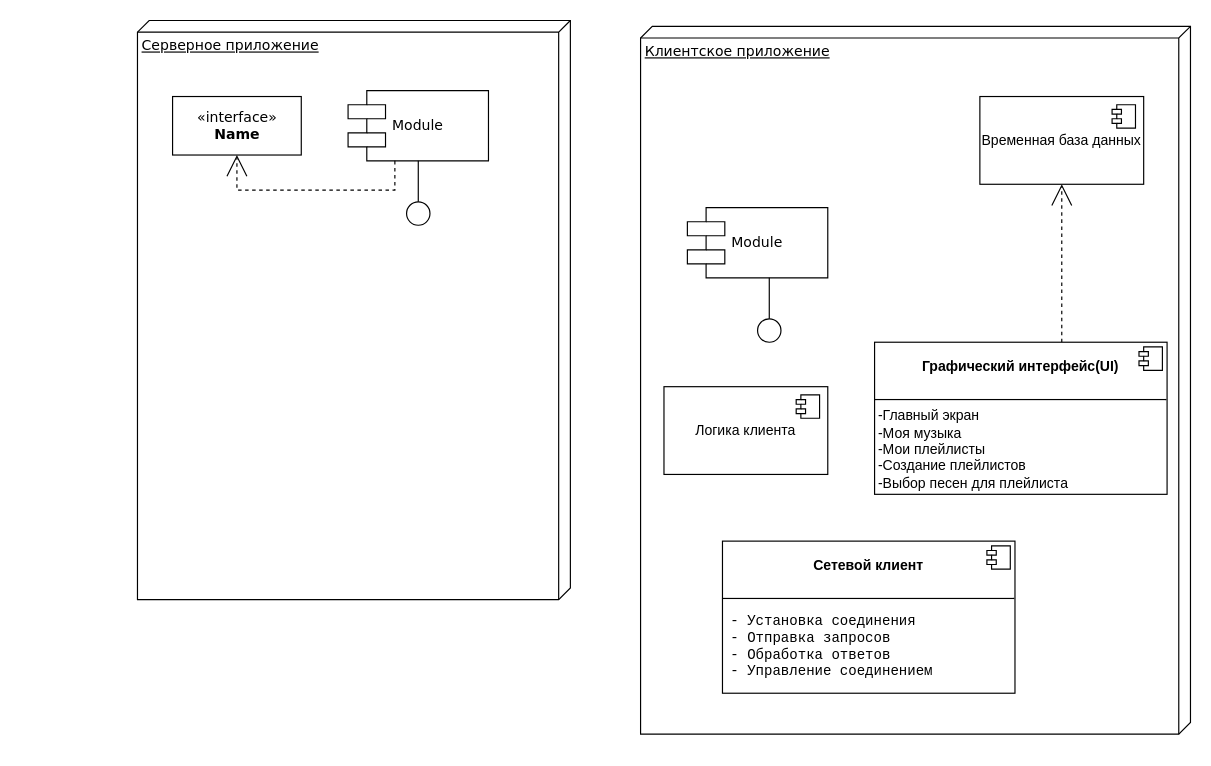
The draw.io diagram vk_project/диаграмма компонентов.drawio in ViktorM98/vk_project, before the edit. Source tidied: cells renumbered, new cells numbered last; positions are measured from the earlier drawing's top-left corner, leaving out a move shared by most shapes. Both pictures are drawn from the tidied source at 117%, with x=0, y=0 at pixel (137, 20).
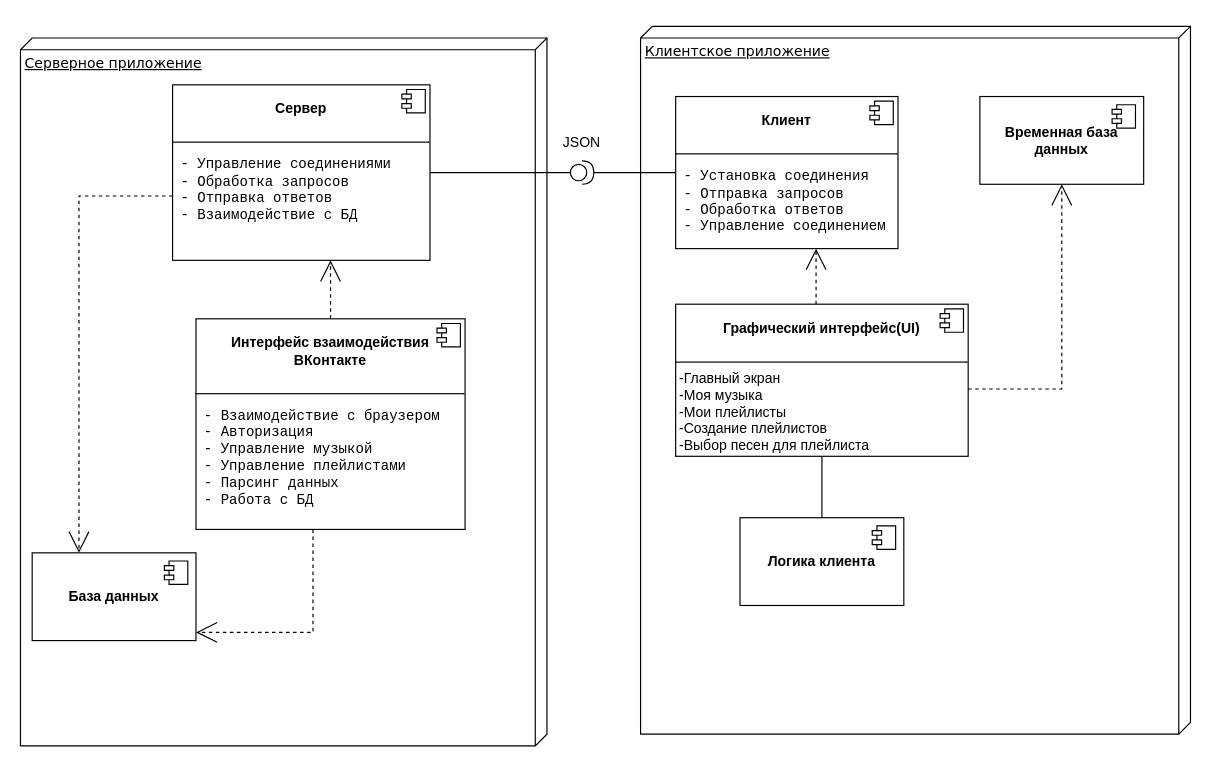
The same page after the edit.

Change to the diagram source:
```diff
@@
     <mxCell id="2" value="Серверное приложение" style="verticalAlign=top;align=left;spacingTop=8;spacingLeft=2;spacingRight=12;shape=cube;size=10;direction=south;fontStyle=4;html=1;rounded=0;shadow=0;comic=0;labelBackgroundColor=none;strokeWidth=1;fontFamily=Verdana;fontSize=12;" parent="1" vertex="1">
-      <mxGeometry width="370" height="495" as="geometry" />
+      <mxGeometry x="-100" y="15" width="450" height="605" as="geometry" />
     </mxCell>
@@
-    <mxCell id="4" value="&amp;laquo;interface&amp;raquo;&lt;br&gt;&lt;b&gt;Name&lt;/b&gt;" style="html=1;rounded=0;shadow=0;comic=0;labelBackgroundColor=none;strokeWidth=1;fontFamily=Verdana;fontSize=12;align=center;" parent="1" vertex="1">
-      <mxGeometry x="30" y="65" width="110" height="50" as="geometry" />
-    </mxCell>
-    <mxCell id="5" value="Module" style="shape=component;align=left;spacingLeft=36;rounded=0;shadow=0;comic=0;labelBackgroundColor=none;strokeWidth=1;fontFamily=Verdana;fontSize=12;html=1;" parent="1" vertex="1">
-      <mxGeometry x="180" y="60" width="120" height="60" as="geometry" />
-    </mxCell>
-    <mxCell id="6" style="ellipse;whiteSpace=wrap;html=1;rounded=0;shadow=0;comic=0;labelBackgroundColor=none;strokeWidth=1;fontFamily=Verdana;fontSize=12;align=center;" parent="1" vertex="1">
-      <mxGeometry x="230" y="155" width="20" height="20" as="geometry" />
-    </mxCell>
-    <mxCell id="7" value="Module" style="shape=component;align=left;spacingLeft=36;rounded=0;shadow=0;comic=0;labelBackgroundColor=none;strokeWidth=1;fontFamily=Verdana;fontSize=12;html=1;" parent="1" vertex="1">
-      <mxGeometry x="470" y="160" width="120" height="60" as="geometry" />
-    </mxCell>
-    <mxCell id="8" style="ellipse;whiteSpace=wrap;html=1;rounded=0;shadow=0;comic=0;labelBackgroundColor=none;strokeWidth=1;fontFamily=Verdana;fontSize=12;align=center;" parent="1" vertex="1">
-      <mxGeometry x="530" y="255" width="20" height="20" as="geometry" />
-    </mxCell>
-    <mxCell id="9" style="edgeStyle=elbowEdgeStyle;rounded=0;html=1;labelBackgroundColor=none;startArrow=none;startFill=0;startSize=8;endArrow=none;endFill=0;endSize=16;fontFamily=Verdana;fontSize=12;" parent="1" edge="1" source="8" target="7">
-      <mxGeometry relative="1" as="geometry" />
-    </mxCell>
-    <mxCell id="10" style="edgeStyle=elbowEdgeStyle;rounded=0;html=1;labelBackgroundColor=none;startArrow=none;startFill=0;startSize=8;endArrow=none;endFill=0;endSize=16;fontFamily=Verdana;fontSize=12;" parent="1" edge="1" source="6" target="5">
-      <mxGeometry relative="1" as="geometry" />
-    </mxCell>
-    <mxCell id="11" style="edgeStyle=orthogonalEdgeStyle;rounded=0;html=1;labelBackgroundColor=none;startArrow=none;startFill=0;startSize=8;endArrow=open;endFill=0;endSize=16;fontFamily=Verdana;fontSize=12;dashed=1;" parent="1" edge="1" source="5" target="4">
-      <mxGeometry relative="1" as="geometry">
-        <Array as="points">
-          <mxPoint x="220" y="145" />
-          <mxPoint x="85" y="145" />
-        </Array>
-      </mxGeometry>
-    </mxCell>
     <mxCell id="12" style="edgeStyle=orthogonalEdgeStyle;rounded=0;html=1;dashed=1;labelBackgroundColor=none;startArrow=none;startFill=0;startSize=8;endArrow=open;endFill=0;endSize=16;fontFamily=Verdana;fontSize=12;" parent="1" edge="1" source="15" target="13">
       <mxGeometry relative="1" as="geometry">
         <Array as="points">
-          <mxPoint x="790" y="245" />
-          <mxPoint x="790" y="245" />
+          <mxPoint x="790" y="315" />
         </Array>
       </mxGeometry>
     </mxCell>
-    <mxCell id="13" value="Временная база данных" style="html=1;whiteSpace=wrap;" parent="1" vertex="1">
+    <mxCell id="13" value="&lt;b&gt;Временная база данных&lt;/b&gt;" style="html=1;whiteSpace=wrap;" parent="1" vertex="1">
       <mxGeometry x="720" y="65" width="140" height="75" as="geometry" />
     </mxCell>
@@
     <mxCell id="15" value="&lt;div align=&quot;center&quot;&gt;&lt;b&gt;&lt;br&gt;&lt;/b&gt;&lt;/div&gt;&lt;div align=&quot;center&quot;&gt;&lt;b&gt;Графический интерфейс(UI)&lt;/b&gt;&lt;/div&gt;&lt;div align=&quot;center&quot;&gt;&lt;br&gt;&lt;/div&gt;&lt;p style=&quot;margin:0px;margin-top:6px;text-align:center;&quot;&gt;&lt;/p&gt;&lt;hr size=&quot;1&quot; style=&quot;border-style:solid;&quot;&gt;&lt;div&gt;&amp;nbsp;-Главный экран&lt;br&gt;&amp;nbsp;-Моя музыка&lt;br&gt;&amp;nbsp;-Мои плейлисты&lt;br&gt;&amp;nbsp;-Создание плейлистов&lt;br&gt;&amp;nbsp;-Выбор песен для плейлиста&lt;/div&gt;&lt;div&gt;&lt;br&gt;&lt;/div&gt;" style="align=left;overflow=fill;html=1;whiteSpace=wrap;" parent="1" vertex="1">
-      <mxGeometry x="630" y="275" width="250" height="130" as="geometry" />
+      <mxGeometry x="460" y="242.5" width="250" height="130" as="geometry" />
     </mxCell>
@@
-    <mxCell id="17" value="&lt;div align=&quot;center&quot;&gt;&lt;b&gt;&lt;br&gt;&lt;/b&gt;&lt;/div&gt;&lt;div align=&quot;center&quot;&gt;&lt;b&gt;Сетевой клиент&lt;/b&gt;&lt;/div&gt;&lt;div align=&quot;center&quot;&gt;&lt;br&gt;&lt;/div&gt;&lt;p style=&quot;margin:0px;margin-top:6px;text-align:center;&quot;&gt;&lt;/p&gt;&lt;hr size=&quot;1&quot; style=&quot;border-style:solid;&quot;&gt;&lt;pre&gt; - Установка соединения&lt;br/&gt; - Отправка запросов    &lt;br/&gt; - Обработка ответов   &lt;br/&gt; - Управление соединением&lt;/pre&gt;&lt;div&gt;&lt;br&gt;&lt;/div&gt;" style="align=left;overflow=fill;html=1;whiteSpace=wrap;" parent="1" vertex="1">
-      <mxGeometry x="500" y="445" width="250" height="130" as="geometry" />
+    <mxCell id="17" value="&lt;div align=&quot;center&quot;&gt;&lt;b&gt;&lt;br&gt;&lt;/b&gt;&lt;/div&gt;&lt;div align=&quot;center&quot;&gt;&lt;b&gt;Клиент&lt;/b&gt;&lt;/div&gt;&lt;div align=&quot;center&quot;&gt;&lt;br&gt;&lt;/div&gt;&lt;p style=&quot;margin:0px;margin-top:6px;text-align:center;&quot;&gt;&lt;/p&gt;&lt;hr size=&quot;1&quot; style=&quot;border-style:solid;&quot;&gt;&lt;pre&gt; - Установка соединения&lt;br&gt; - Отправка запросов    &lt;br&gt; - Обработка ответов   &lt;br&gt; - Управление соединением&lt;/pre&gt;&lt;div&gt;&lt;br&gt;&lt;/div&gt;" style="align=left;overflow=fill;html=1;whiteSpace=wrap;" parent="1" vertex="1">
+      <mxGeometry x="460" y="65" width="190" height="130" as="geometry" />
     </mxCell>
@@
-    <mxCell id="19" value="Логика клиента" style="html=1;whiteSpace=wrap;" parent="1" vertex="1">
-      <mxGeometry x="450" y="313" width="140" height="75" as="geometry" />
+    <mxCell id="19" value="&lt;b&gt;Логика клиента&lt;/b&gt;" style="html=1;whiteSpace=wrap;" parent="1" vertex="1">
+      <mxGeometry x="515" y="425" width="140" height="75" as="geometry" />
     </mxCell>
@@
+    <mxCell id="21" value="&lt;div align=&quot;center&quot;&gt;&lt;b&gt;&lt;br&gt;&lt;/b&gt;&lt;/div&gt;&lt;div align=&quot;center&quot;&gt;&lt;b&gt;Сервер&lt;/b&gt;&lt;/div&gt;&lt;div align=&quot;center&quot;&gt;&lt;br&gt;&lt;/div&gt;&lt;p style=&quot;margin:0px;margin-top:6px;text-align:center;&quot;&gt;&lt;/p&gt;&lt;hr size=&quot;1&quot; style=&quot;border-style:solid;&quot;&gt;&lt;pre&gt; - Управление соединениями&lt;br&gt; - Обработка запросов&lt;br&gt; - Отправка ответов&lt;br&gt; - Взаимодействие с БД  &lt;br&gt;&lt;br&gt;&lt;/pre&gt;&lt;div&gt;&lt;br&gt;&lt;/div&gt;" style="align=left;overflow=fill;html=1;whiteSpace=wrap;" parent="1" vertex="1">
+      <mxGeometry x="30" y="55" width="220" height="150" as="geometry" />
+    </mxCell>
+    <mxCell id="22" style="shape=component;jettyWidth=8;jettyHeight=4;" parent="21" vertex="1">
+      <mxGeometry x="1" width="20" height="20" relative="1" as="geometry">
+        <mxPoint x="-24" y="4" as="offset" />
+      </mxGeometry>
+    </mxCell>
+    <mxCell id="23" value="&lt;b&gt;База данных&lt;/b&gt;" style="html=1;whiteSpace=wrap;" parent="1" vertex="1">
+      <mxGeometry x="-90" y="455" width="140" height="75" as="geometry" />
+    </mxCell>
+    <mxCell id="24" style="shape=module;jettyWidth=8;jettyHeight=4;" parent="23" vertex="1">
+      <mxGeometry x="1" width="20" height="20" relative="1" as="geometry">
+        <mxPoint x="-27" y="7" as="offset" />
+      </mxGeometry>
+    </mxCell>
+    <mxCell id="25" style="edgeStyle=orthogonalEdgeStyle;rounded=0;html=1;dashed=1;labelBackgroundColor=none;startArrow=none;startFill=0;startSize=8;endArrow=open;endFill=0;endSize=16;fontFamily=Verdana;fontSize=12;" parent="1" edge="1" source="21" target="23">
+      <mxGeometry relative="1" as="geometry">
+        <Array as="points">
+          <mxPoint x="-50" y="150" />
+        </Array>
+      </mxGeometry>
+    </mxCell>
+    <mxCell id="26" value="&lt;div align=&quot;center&quot;&gt;&lt;b&gt;&lt;br&gt;&lt;/b&gt;&lt;/div&gt;&lt;div align=&quot;center&quot;&gt;&lt;b&gt;Интерфейс взаимодействия ВКонтакте&lt;/b&gt;&lt;/div&gt;&lt;div align=&quot;center&quot;&gt;&lt;br&gt;&lt;/div&gt;&lt;p style=&quot;margin:0px;margin-top:6px;text-align:center;&quot;&gt;&lt;/p&gt;&lt;hr size=&quot;1&quot; style=&quot;border-style:solid;&quot;&gt;&lt;div&gt;&lt;pre&gt; - Взаимодействие с браузером&lt;br&gt; - Авторизация         &lt;br&gt; - Управление музыкой  &lt;br&gt; - Управление плейлистами&lt;br&gt; - Парсинг данных      &lt;br&gt; - Работа с БД         &lt;br&gt;&lt;br&gt;&lt;/pre&gt;&lt;/div&gt;" style="align=left;overflow=fill;html=1;whiteSpace=wrap;" parent="1" vertex="1">
+      <mxGeometry x="50" y="255" width="230" height="180" as="geometry" />
+    </mxCell>
+    <mxCell id="27" style="shape=component;jettyWidth=8;jettyHeight=4;" parent="26" vertex="1">
+      <mxGeometry x="1" width="20" height="20" relative="1" as="geometry">
+        <mxPoint x="-24" y="4" as="offset" />
+      </mxGeometry>
+    </mxCell>
+    <mxCell id="28" style="edgeStyle=orthogonalEdgeStyle;rounded=0;html=1;dashed=1;labelBackgroundColor=none;startArrow=none;startFill=0;startSize=8;endArrow=open;endFill=0;endSize=16;fontFamily=Verdana;fontSize=12;" parent="1" edge="1" source="26" target="23">
+      <mxGeometry relative="1" as="geometry">
+        <Array as="points">
+          <mxPoint x="150" y="523" />
+        </Array>
+      </mxGeometry>
+    </mxCell>
+    <mxCell id="29" style="endArrow=none;html=1;rounded=0;" parent="1" edge="1" source="19" target="15">
+      <mxGeometry relative="1" as="geometry" />
+    </mxCell>
+    <mxCell id="30" style="edgeStyle=orthogonalEdgeStyle;rounded=0;html=1;dashed=1;labelBackgroundColor=none;startArrow=none;startFill=0;startSize=8;endArrow=open;endFill=0;endSize=16;fontFamily=Verdana;fontSize=12;" parent="1" edge="1" source="26" target="21">
+      <mxGeometry relative="1" as="geometry">
+        <Array as="points">
+          <mxPoint x="170" y="145" />
+          <mxPoint x="170" y="145" />
+        </Array>
+      </mxGeometry>
+    </mxCell>
+    <mxCell id="31" style="shape=providedRequiredInterface;html=1;verticalLabelPosition=bottom;sketch=0;" parent="1" vertex="1">
+      <mxGeometry x="370" y="120" width="20" height="20" as="geometry" />
+    </mxCell>
+    <mxCell id="32" style="endArrow=none;html=1;rounded=0;exitX=1;exitY=0.5;exitDx=0;exitDy=0;exitPerimeter=0;" parent="1" edge="1" source="31" target="17">
+      <mxGeometry relative="1" as="geometry" />
+    </mxCell>
+    <mxCell id="33" style="endArrow=none;html=1;rounded=0;" parent="1" edge="1" source="21" target="31">
+      <mxGeometry relative="1" as="geometry" />
+    </mxCell>
+    <mxCell id="34" value="JSON" style="text;html=1;align=center;verticalAlign=middle;whiteSpace=wrap;rounded=0;" parent="1" vertex="1">
+      <mxGeometry x="350" y="90" width="60" height="30" as="geometry" />
+    </mxCell>
+    <mxCell id="35" style="edgeStyle=orthogonalEdgeStyle;rounded=0;html=1;dashed=1;labelBackgroundColor=none;startArrow=none;startFill=0;startSize=8;endArrow=open;endFill=0;endSize=16;fontFamily=Verdana;fontSize=12;" parent="1" edge="1" source="15" target="17">
+      <mxGeometry relative="1" as="geometry">
+        <Array as="points">
+          <mxPoint x="580" y="235" />
+          <mxPoint x="580" y="235" />
+        </Array>
+      </mxGeometry>
+    </mxCell>
```
